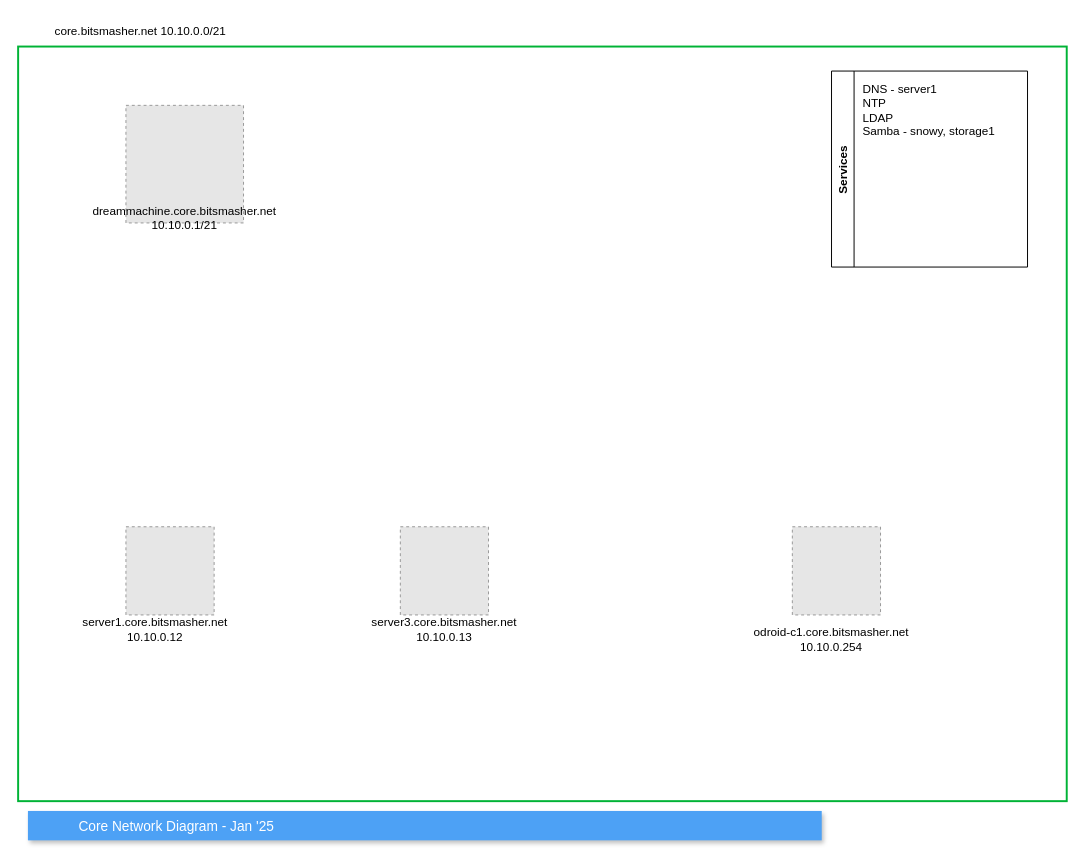
Above: page "core" (1 of 4) of ansible/collections/ansible_collections/lab/franklin/roles/documentation/files/drawings/lab_2024.drawio in devsecfranklin/franklin-resume (draw.io), before the change. Source tidied: cells renumbered, new cells numbered last; positions are measured from the earlier drawing's top-left corner, leaving out a move shared by most shapes. Both pictures are drawn from the tidied source at 98%, with x=0, y=0 at pixel (18, 17). Pictures stored in the file or linked from it are replaced by grey dashed boxes.
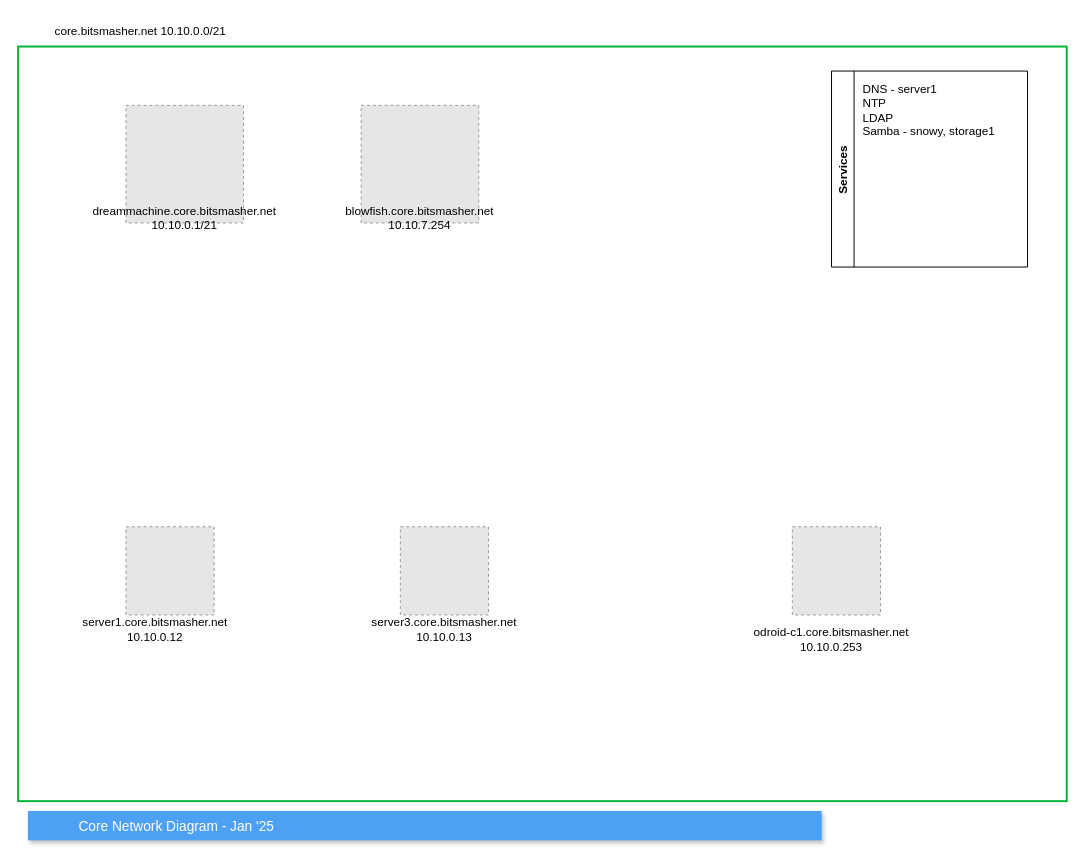
After the change.

Change to the diagram source:
```diff
@@
 <mxGraphModel>
   <root>
     <mxCell id="0" />
     <mxCell id="1" parent="0" />
     <mxCell id="2" value="Core Network Diagram - Jan '25 " style="fillColor=#4DA1F5;strokeColor=none;shadow=1;gradientColor=none;fontSize=14;align=left;spacingLeft=50;fontColor=#ffffff;" parent="1" vertex="1">
       <mxGeometry x="10" y="810" width="810" height="30" as="geometry" />
     </mxCell>
     <mxCell id="3" style="rounded=0;whiteSpace=wrap;html=1;fillColor=none;strokeColor=#00B336;strokeWidth=2;" parent="1" vertex="1">
       <mxGeometry y="30" width="1070" height="770" as="geometry" />
     </mxCell>
     <mxCell id="4" value="core.bitsmasher.net 10.10.0.0/21" style="text;html=1;strokeColor=none;fillColor=none;align=center;verticalAlign=middle;whiteSpace=wrap;rounded=0;" parent="1" vertex="1">
       <mxGeometry width="250" height="30" as="geometry" />
     </mxCell>
     <mxCell id="5" parent="0" />
     <mxCell id="6" style="fillColor=#E6E6E6;strokeColor=#999999;dashed=1;" parent="5" vertex="1">
       <mxGeometry x="110" y="520" width="90" height="90" as="geometry" />
     </mxCell>
     <mxCell id="7" style="fillColor=#E6E6E6;strokeColor=#999999;dashed=1;" parent="5" vertex="1">
       <mxGeometry x="390" y="520" width="90" height="90" as="geometry" />
     </mxCell>
     <mxCell id="8" value="server1.core.bitsmasher.net&lt;br&gt;10.10.0.12" style="text;html=1;strokeColor=none;fillColor=none;align=center;verticalAlign=middle;whiteSpace=wrap;rounded=0;" parent="5" vertex="1">
       <mxGeometry x="40" y="610" width="200" height="30" as="geometry" />
     </mxCell>
     <mxCell id="9" value="server3.core.bitsmasher.net&lt;br&gt;10.10.0.13" style="text;html=1;strokeColor=none;fillColor=none;align=center;verticalAlign=middle;whiteSpace=wrap;rounded=0;" parent="5" vertex="1">
       <mxGeometry x="335" y="610" width="200" height="30" as="geometry" />
     </mxCell>
     <mxCell id="10" style="group;" parent="5" vertex="1">
       <mxGeometry x="70" y="90" width="200" height="130" as="geometry" />
     </mxCell>
     <mxCell id="11" style="fillColor=#E6E6E6;strokeColor=#999999;dashed=1;" parent="10" vertex="1">
       <mxGeometry x="40" width="120" height="120" as="geometry" />
     </mxCell>
     <mxCell id="12" value="dreammachine.core.bitsmasher.net&lt;br&gt;10.10.0.1/21" style="text;html=1;strokeColor=none;fillColor=none;align=center;verticalAlign=middle;whiteSpace=wrap;rounded=0;" parent="10" vertex="1">
       <mxGeometry y="100" width="200" height="30" as="geometry" />
     </mxCell>
     <mxCell id="13" value="Services" style="swimlane;horizontal=0;startSize=23;" parent="5" vertex="1">
       <mxGeometry x="830" y="55" width="200" height="200" as="geometry" />
     </mxCell>
     <mxCell id="14" value="DNS - server1&lt;br&gt;NTP&lt;br&gt;LDAP&lt;br&gt;Samba - snowy, storage1" style="text;html=1;strokeColor=none;fillColor=none;align=left;verticalAlign=top;whiteSpace=wrap;rounded=0;horizontal=1;" parent="13" vertex="1">
       <mxGeometry x="30" y="5" width="160" height="185" as="geometry" />
     </mxCell>
     <mxCell id="15" style="fillColor=#E6E6E6;strokeColor=#999999;dashed=1;" parent="5" vertex="1">
       <mxGeometry x="790" y="520" width="90" height="90" as="geometry" />
     </mxCell>
-    <mxCell id="16" value="odroid-c1.core.bitsmasher.net&lt;br&gt;10.10.0.254" style="text;html=1;strokeColor=none;fillColor=none;align=center;verticalAlign=middle;whiteSpace=wrap;rounded=0;" parent="5" vertex="1">
+    <mxCell id="16" value="odroid-c1.core.bitsmasher.net&lt;br&gt;10.10.0.253" style="text;html=1;strokeColor=none;fillColor=none;align=center;verticalAlign=middle;whiteSpace=wrap;rounded=0;" parent="5" vertex="1">
       <mxGeometry x="730" y="620" width="200" height="30" as="geometry" />
     </mxCell>
+    <mxCell id="17" style="group;" parent="5" vertex="1">
+      <mxGeometry x="310" y="90" width="200" height="130" as="geometry" />
+    </mxCell>
+    <mxCell id="18" style="fillColor=#E6E6E6;strokeColor=#999999;dashed=1;" parent="17" vertex="1">
+      <mxGeometry x="40" width="120" height="120" as="geometry" />
+    </mxCell>
+    <mxCell id="19" value="blowfish.core.bitsmasher.net&lt;br&gt;10.10.7.254" style="text;html=1;strokeColor=none;fillColor=none;align=center;verticalAlign=middle;whiteSpace=wrap;rounded=0;" parent="17" vertex="1">
+      <mxGeometry y="100" width="200" height="30" as="geometry" />
+    </mxCell>
   </root>
 </mxGraphModel>
```
